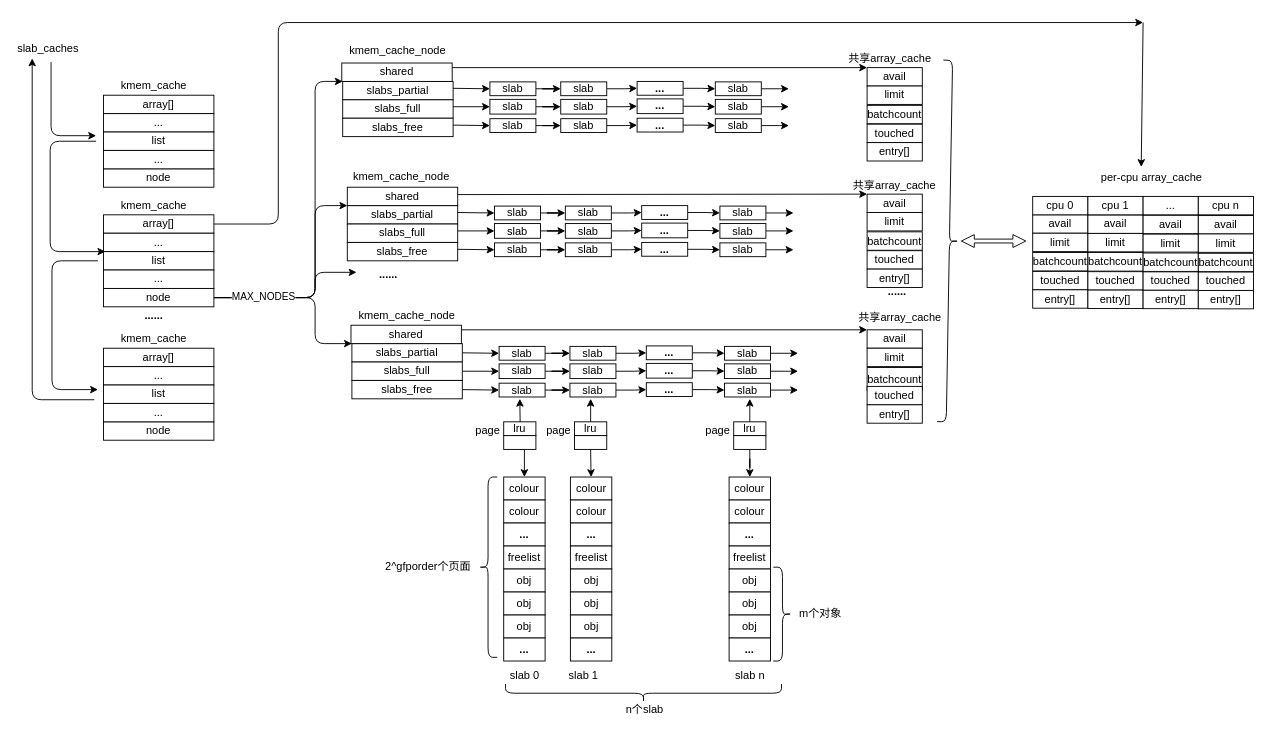
The draw.io diagram mm.drawio in jasonactions/graph, before the edit. Source tidied: cells renumbered, new cells numbered last; positions are measured from the earlier drawing's top-left corner, leaving out a move shared by most shapes. Both pictures are drawn from the tidied source at 92%, with x=0, y=0 at pixel (16, 22).
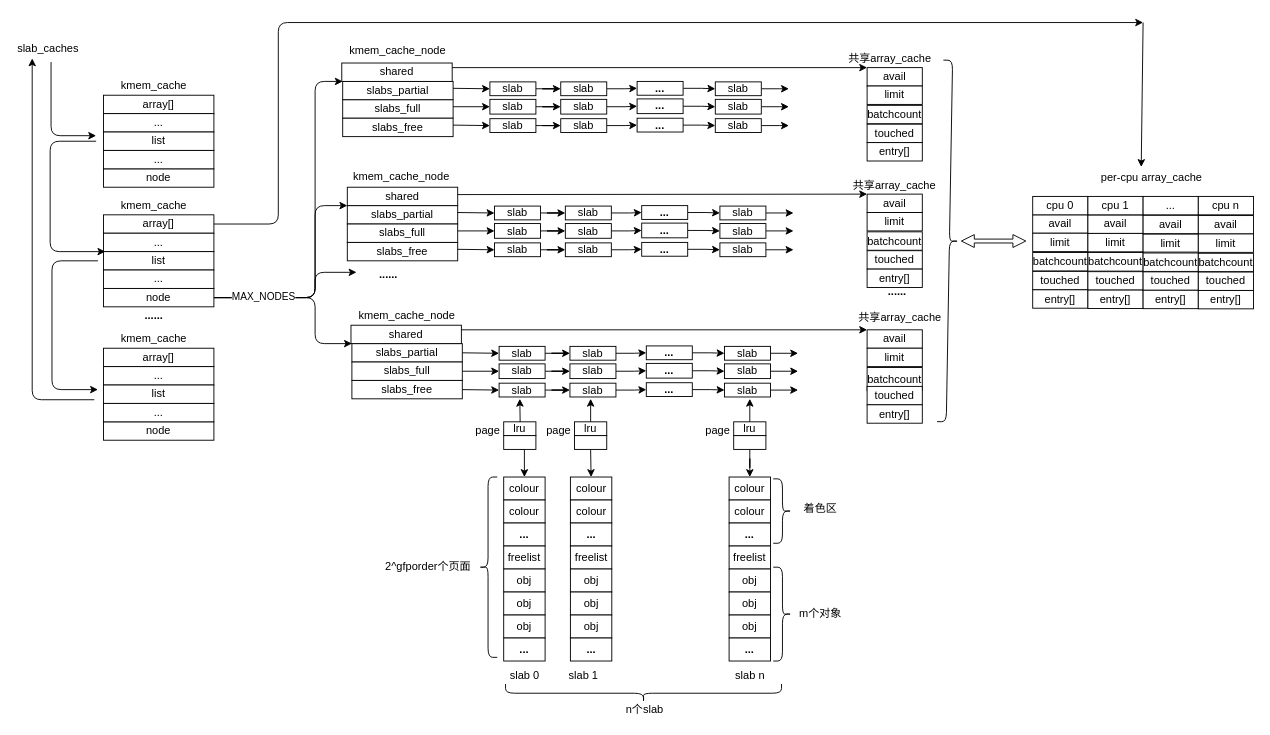
Above is the later version.

What changed in the source:
```diff
@@
+    <mxCell id="227" style="shape=curlyBracket;whiteSpace=wrap;html=1;rounded=1;rotation=-180;size=0.5;" parent="1" vertex="1">
+      <mxGeometry x="823" y="496" width="20" height="70" as="geometry" />
+    </mxCell>
+    <mxCell id="228" value="着色区" style="text;html=1;strokeColor=none;fillColor=none;align=center;verticalAlign=middle;whiteSpace=wrap;rounded=0;" parent="1" vertex="1">
+      <mxGeometry x="843" y="519" width="63" height="20" as="geometry" />
+    </mxCell>
```
